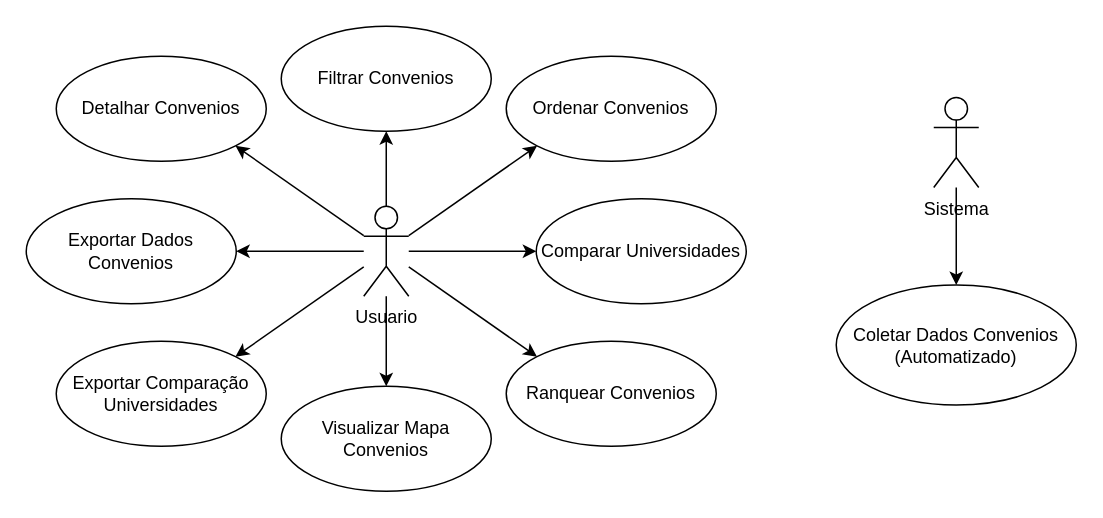
LucasSdS/tcc-convenio-backend keeps this draw.io diagram as page "Casos de Uso" (2 of 6) of docs/diagramas.drawio. Above is the earlier version. Source tidied: cells renumbered, new cells numbered last; positions are measured from the earlier drawing's top-left corner, leaving out a move shared by most shapes. Both pictures are drawn from the tidied source at 150%, with x=0, y=0 at pixel (26, 26).
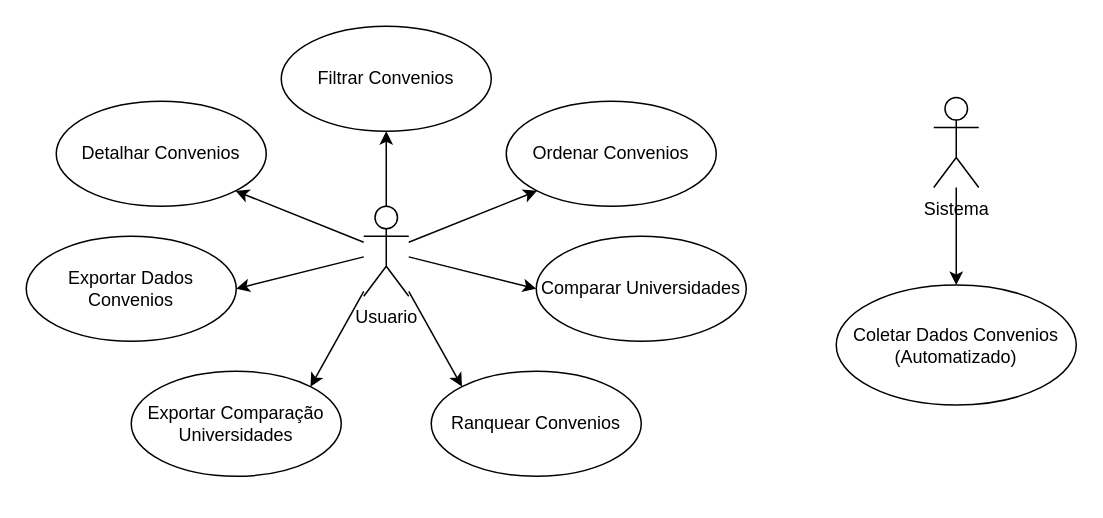
After the change.

Unchanged cells that the change refers to:
```xml
<mxCell id="10" value="Usuario" style="shape=umlActor;verticalLabelPosition=bottom;verticalAlign=top;html=1;" parent="1" vertex="1">
  <mxGeometry x="225" y="120" width="30" height="60" as="geometry" />
</mxCell>
```

Change to the diagram source:
```diff
@@
-    <mxCell id="9" style="edgeStyle=none;html=1;entryX=0.5;entryY=0;entryDx=0;entryDy=0;" parent="1" edge="1" source="10" target="21">
-      <mxGeometry relative="1" as="geometry" />
-    </mxCell>
@@
     <mxCell id="12" value="Ordenar Convenios" style="ellipse;whiteSpace=wrap;html=1;" parent="1" vertex="1">
-      <mxGeometry x="320" y="20" width="140" height="70" as="geometry" />
+      <mxGeometry x="320" y="50" width="140" height="70" as="geometry" />
     </mxCell>
     <mxCell id="13" value="Comparar Universidades" style="ellipse;whiteSpace=wrap;html=1;" parent="1" vertex="1">
-      <mxGeometry x="340" y="115" width="140" height="70" as="geometry" />
+      <mxGeometry x="340" y="140" width="140" height="70" as="geometry" />
     </mxCell>
     <mxCell id="14" value="Ranquear Convenios" style="ellipse;whiteSpace=wrap;html=1;" parent="1" vertex="1">
-      <mxGeometry x="320" y="210" width="140" height="70" as="geometry" />
+      <mxGeometry x="270" y="230" width="140" height="70" as="geometry" />
     </mxCell>
     <mxCell id="15" value="Exportar Dados Convenios" style="ellipse;whiteSpace=wrap;html=1;" parent="1" vertex="1">
-      <mxGeometry y="115" width="140" height="70" as="geometry" />
+      <mxGeometry y="140" width="140" height="70" as="geometry" />
     </mxCell>
@@
     <mxCell id="19" value="Detalhar Convenios" style="ellipse;whiteSpace=wrap;html=1;" parent="1" vertex="1">
-      <mxGeometry x="20" y="20" width="140" height="70" as="geometry" />
+      <mxGeometry x="20" y="50" width="140" height="70" as="geometry" />
     </mxCell>
     <mxCell id="20" value="Exportar Comparação Universidades" style="ellipse;whiteSpace=wrap;html=1;" parent="1" vertex="1">
-      <mxGeometry x="20" y="210" width="140" height="70" as="geometry" />
+      <mxGeometry x="70" y="230" width="140" height="70" as="geometry" />
     </mxCell>
-    <mxCell id="21" value="Visualizar Mapa Convenios" style="ellipse;whiteSpace=wrap;html=1;" parent="1" vertex="1">
-      <mxGeometry x="170" y="240" width="140" height="70" as="geometry" />
-    </mxCell>
```
